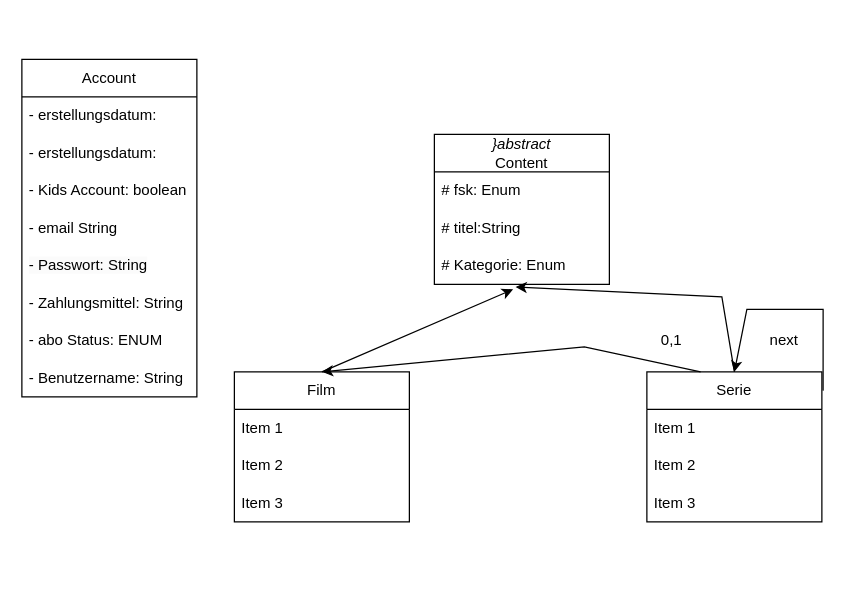
Before: Untitled Diagram.drawio in VerocityzWorld/Franick, a draw.io diagram. Source tidied: cells renumbered, new cells numbered last; positions are measured from the earlier drawing's top-left corner, leaving out a move shared by most shapes. Both pictures are drawn from the tidied source at 125%, with x=0, y=0 at pixel (21, 59).
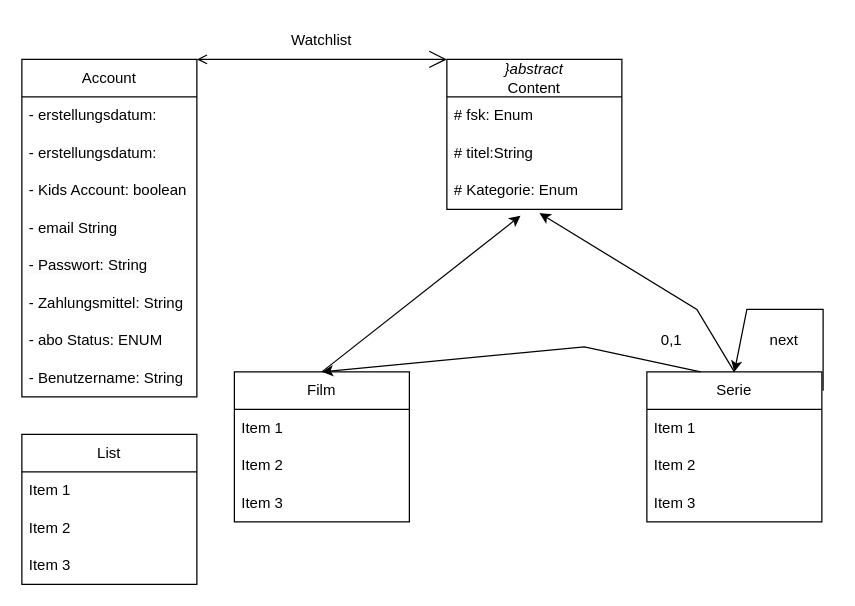
After the change.

The change refers to these unchanged cells:
```xml
<mxCell id="2" value="Account" style="swimlane;fontStyle=0;horizontal=1;startSize=30;whiteSpace=wrap;html=1;" parent="1" vertex="1">
  <mxGeometry width="140" height="270" as="geometry" />
</mxCell>
<mxCell id="11" value="Film" style="swimlane;fontStyle=0;horizontal=1;startSize=30;whiteSpace=wrap;html=1;" parent="1" vertex="1">
  <mxGeometry x="170" y="250" width="140" height="120" as="geometry" />
</mxCell>
<mxCell id="18" value="# Kategorie: Enum" style="text;strokeColor=none;fillColor=none;align=left;verticalAlign=middle;spacingLeft=4;spacingRight=4;overflow=hidden;points=[[0,0.5],[1,0.5]];portConstraint=eastwest;whiteSpace=wrap;html=1;" parent="15" vertex="1">
  <mxGeometry y="90" width="140" height="30" as="geometry" />
</mxCell>
<mxCell id="19" value="Serie" style="swimlane;fontStyle=0;horizontal=1;startSize=30;whiteSpace=wrap;html=1;" parent="1" vertex="1">
  <mxGeometry x="500" y="250" width="140" height="120" as="geometry" />
</mxCell>
```

Diff of the diagram source:
```diff
@@
     <mxCell id="15" value="&lt;i&gt;}abstract&lt;/i&gt;&lt;br&gt;Content" style="swimlane;fontStyle=0;horizontal=1;startSize=30;whiteSpace=wrap;html=1;" parent="1" vertex="1">
-      <mxGeometry x="330" y="60" width="140" height="120" as="geometry" />
+      <mxGeometry x="340" width="140" height="120" as="geometry" />
     </mxCell>
@@
-    <mxCell id="23" style="endArrow=classic;html=1;rounded=0;exitX=0.5;exitY=0;exitDx=0;exitDy=0;entryX=0.45;entryY=1.133;entryDx=0;entryDy=0;entryPerimeter=0;" parent="1" edge="1" source="11" target="18">
+    <mxCell id="23" style="endArrow=classic;html=1;rounded=0;exitX=0.5;exitY=0;exitDx=0;exitDy=0;entryX=0.421;entryY=1.167;entryDx=0;entryDy=0;entryPerimeter=0;" parent="1" edge="1" source="11" target="18">
       <mxGeometry relative="1" as="geometry" />
     </mxCell>
-    <mxCell id="24" style="endArrow=classic;html=1;rounded=0;exitX=0.5;exitY=0;exitDx=0;exitDy=0;entryX=0.464;entryY=1.067;entryDx=0;entryDy=0;entryPerimeter=0;" parent="1" edge="1" source="19" target="18">
+    <mxCell id="24" style="endArrow=classic;html=1;rounded=0;exitX=0.5;exitY=0;exitDx=0;exitDy=0;entryX=0.529;entryY=1.1;entryDx=0;entryDy=0;entryPerimeter=0;" parent="1" edge="1" source="19" target="18">
       <mxGeometry relative="1" as="geometry">
         <Array as="points">
-          <mxPoint x="560" y="190" />
+          <mxPoint x="540" y="200" />
         </Array>
       </mxGeometry>
     </mxCell>
@@
+    <mxCell id="29" value="List" style="swimlane;fontStyle=0;horizontal=1;startSize=30;whiteSpace=wrap;html=1;" parent="1" vertex="1">
+      <mxGeometry y="300" width="140" height="120" as="geometry" />
+    </mxCell>
+    <mxCell id="30" value="Item 1" style="text;strokeColor=none;fillColor=none;align=left;verticalAlign=middle;spacingLeft=4;spacingRight=4;overflow=hidden;whiteSpace=wrap;html=1;" parent="29" vertex="1">
+      <mxGeometry y="30" width="140" height="30" as="geometry" />
+    </mxCell>
+    <mxCell id="31" value="Item 2" style="text;strokeColor=none;fillColor=none;align=left;verticalAlign=middle;spacingLeft=4;spacingRight=4;overflow=hidden;whiteSpace=wrap;html=1;" parent="29" vertex="1">
+      <mxGeometry y="60" width="140" height="30" as="geometry" />
+    </mxCell>
+    <mxCell id="32" value="Item 3" style="text;strokeColor=none;fillColor=none;align=left;verticalAlign=middle;spacingLeft=4;spacingRight=4;overflow=hidden;whiteSpace=wrap;html=1;" parent="29" vertex="1">
+      <mxGeometry y="90" width="140" height="30" as="geometry" />
+    </mxCell>
+    <mxCell id="33" style="endArrow=open;endFill=0;endSize=12;html=1;rounded=0;entryX=0;entryY=0;entryDx=0;entryDy=0;startArrow=open;startFill=0;exitX=1;exitY=0;exitDx=0;exitDy=0;targetPerimeterSpacing=12;sourcePerimeterSpacing=6;" parent="1" edge="1" source="2" target="15">
+      <mxGeometry relative="1" as="geometry" />
+    </mxCell>
+    <mxCell id="34" value="Watchlist" style="text;html=1;align=center;verticalAlign=middle;whiteSpace=wrap;rounded=0;" parent="1" vertex="1">
+      <mxGeometry x="210" y="-30" width="60" height="30" as="geometry" />
+    </mxCell>
```
